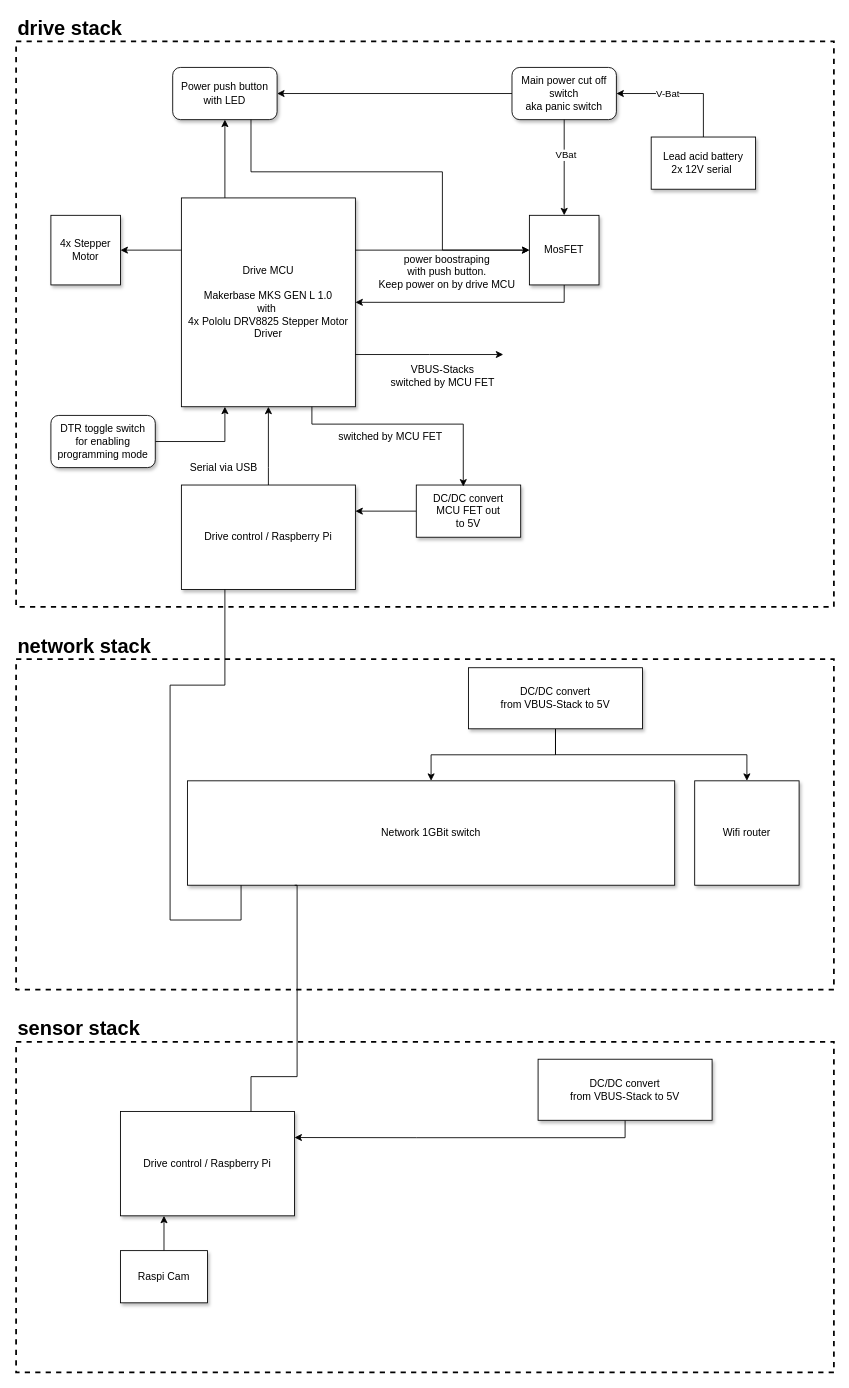
hackffm/SpaceShuttle keeps this draw.io diagram as doc/wiki_images/overview.drawio. Above is the earlier version. Source tidied: cells renumbered, new cells numbered last; positions are measured from the earlier drawing's top-left corner, leaving out a move shared by most shapes. Both pictures are drawn from the tidied source at 87%, with x=0, y=0 at pixel (16, 15).
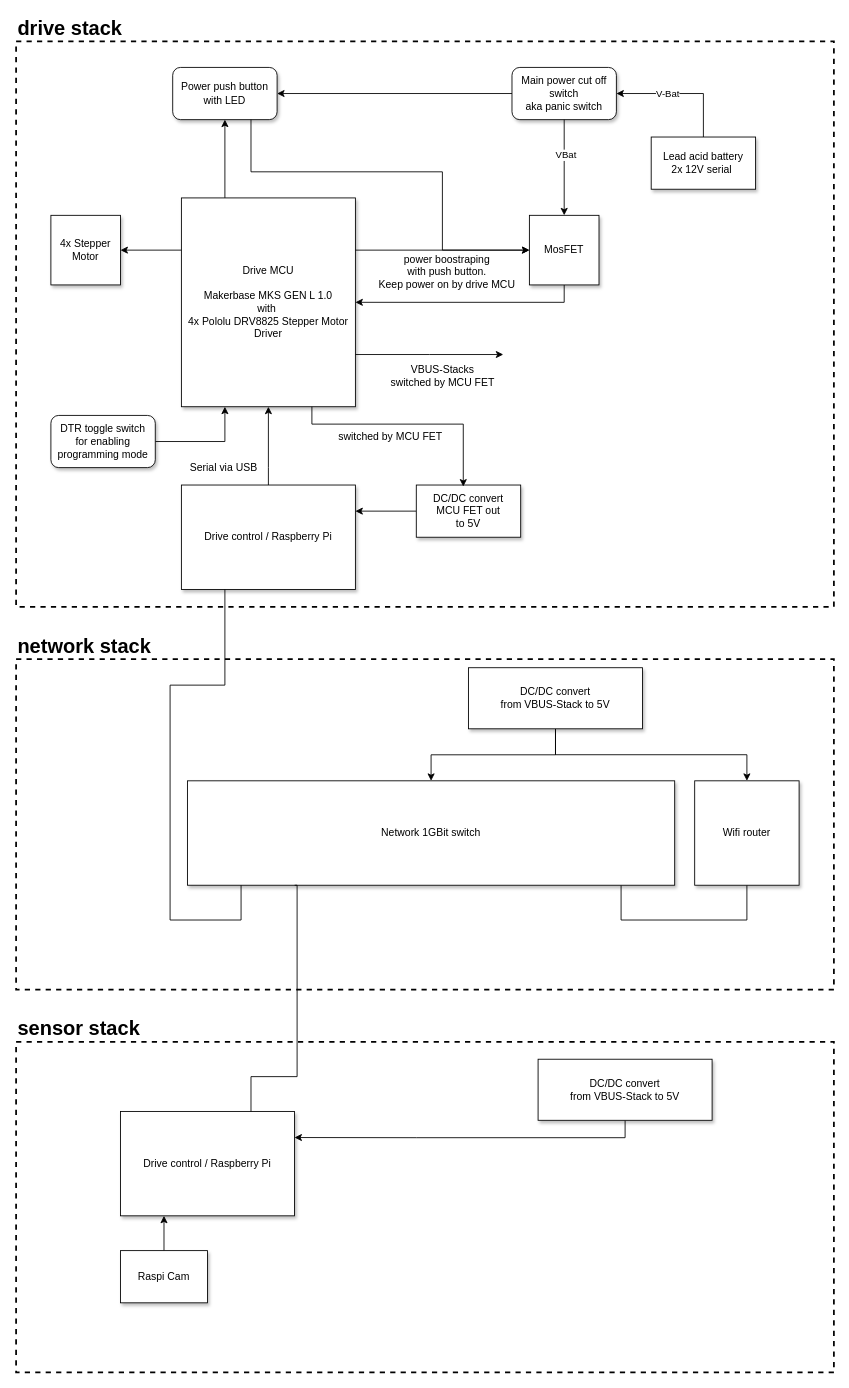
Above is the later version.

The change refers to these unchanged cells:
```xml
<mxCell id="2" style="rounded=0;whiteSpace=wrap;html=1;shadow=0;fillColor=none;dashed=1;strokeWidth=2;" parent="1" vertex="1">
  <mxGeometry y="740" width="940" height="380" as="geometry" />
</mxCell>
<mxCell id="3" value="Network 1GBit switch" style="rounded=0;whiteSpace=wrap;html=1;shadow=1;points=[[0.11,1,0,0,0],[0.22,1,0,0,0],[0.25,0,0,0,0],[0.33,1,0,0,0],[0.44,1,0,0,0],[0.5,0,0,0,0],[0.56,1,0,0,0],[0.67,1,0,0,0],[0.75,0,0,0,0],[0.78,1,0,0,0],[0.89,1,0,0,0]];" parent="2" vertex="1">
  <mxGeometry x="197" y="140" width="560" height="120" as="geometry" />
</mxCell>
<mxCell id="7" value="Wifi router" style="rounded=0;whiteSpace=wrap;html=1;shadow=1;glass=0;fontSize=12;strokeColor=default;strokeWidth=1;fillColor=default;" parent="2" vertex="1">
  <mxGeometry x="780" y="140" width="120" height="120" as="geometry" />
</mxCell>
```

The edit, as a diff of the source:
```diff
@@
+    <mxCell id="49" style="edgeStyle=orthogonalEdgeStyle;rounded=0;jettySize=auto;html=1;exitX=0.89;exitY=1;exitDx=0;exitDy=0;exitPerimeter=0;entryX=0.5;entryY=1;entryDx=0;entryDy=0;endArrow=none;endFill=0;" parent="2" edge="1" source="3" target="7">
+      <mxGeometry relative="1" as="geometry">
+        <Array as="points">
+          <mxPoint x="695" y="300" />
+          <mxPoint x="840" y="300" />
+        </Array>
+      </mxGeometry>
+    </mxCell>
```
